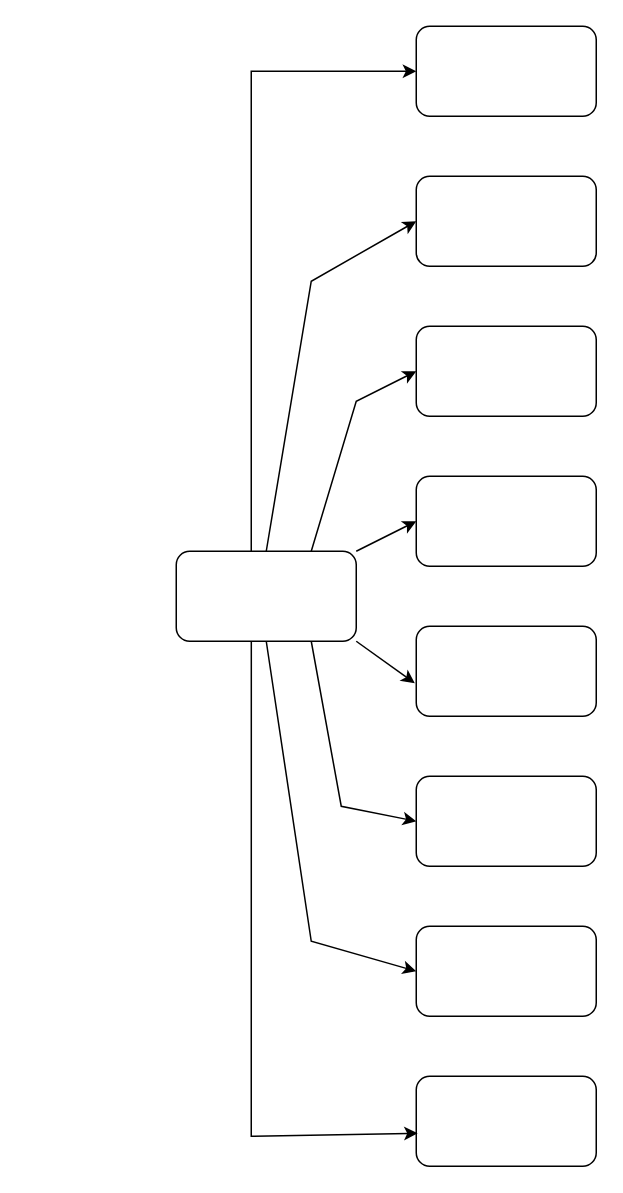
This is software_archetecture.drawio from VoHoAnhTuan/Diagrams, a draw.io file, before an edit. Source tidied: cells renumbered, new cells numbered last; positions are measured from the earlier drawing's top-left corner, leaving out a move shared by most shapes. Both pictures are drawn from the tidied source at 150%, with x=0, y=0 at pixel (176, 26).
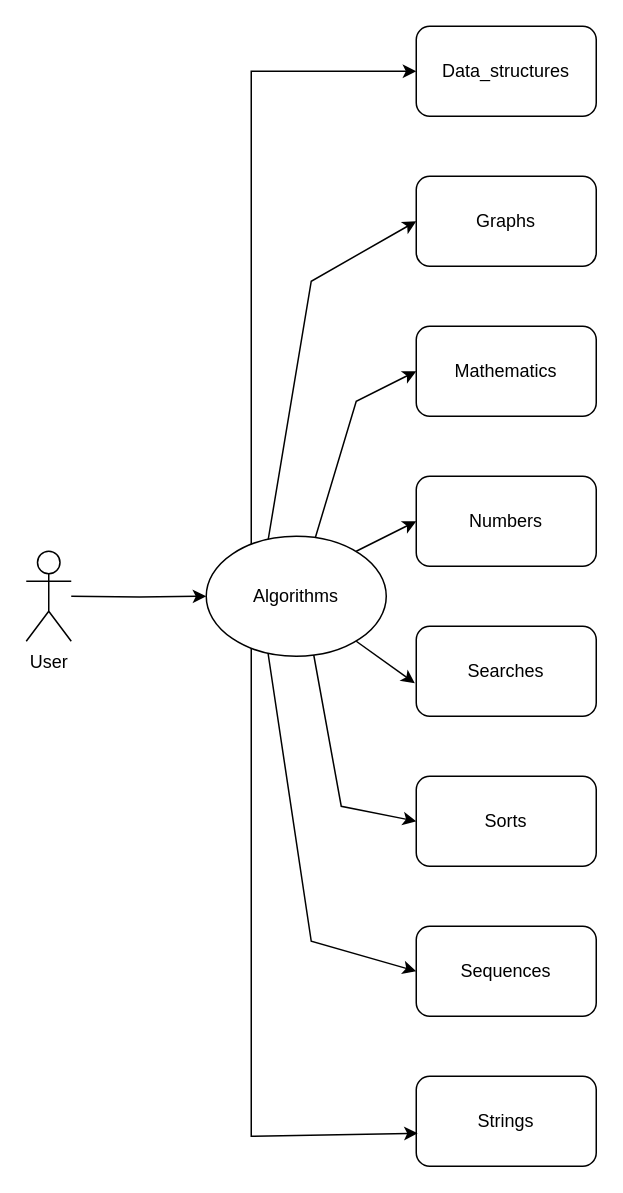
Above is the later version.

Change to the diagram source:
```diff
@@
-    <mxCell id="2" style="rounded=1;whiteSpace=wrap;html=1;" parent="1" vertex="1">
-      <mxGeometry y="350" width="120" height="60" as="geometry" />
-    </mxCell>
-    <mxCell id="3" style="rounded=1;whiteSpace=wrap;html=1;" parent="1" vertex="1">
+    <mxCell id="3" value="Mathematics" style="rounded=1;whiteSpace=wrap;html=1;" parent="1" vertex="1">
       <mxGeometry x="160" y="200" width="120" height="60" as="geometry" />
     </mxCell>
-    <mxCell id="4" style="rounded=1;whiteSpace=wrap;html=1;" parent="1" vertex="1">
+    <mxCell id="4" value="Graphs" style="rounded=1;whiteSpace=wrap;html=1;" parent="1" vertex="1">
       <mxGeometry x="160" y="100" width="120" height="60" as="geometry" />
     </mxCell>
-    <mxCell id="5" style="rounded=1;whiteSpace=wrap;html=1;" parent="1" vertex="1">
+    <mxCell id="5" value="Searches" style="rounded=1;whiteSpace=wrap;html=1;" parent="1" vertex="1">
       <mxGeometry x="160" y="400" width="120" height="60" as="geometry" />
     </mxCell>
-    <mxCell id="6" style="rounded=1;whiteSpace=wrap;html=1;" parent="1" vertex="1">
+    <mxCell id="6" value="Numbers" style="rounded=1;whiteSpace=wrap;html=1;" parent="1" vertex="1">
       <mxGeometry x="160" y="300" width="120" height="60" as="geometry" />
     </mxCell>
-    <mxCell id="7" style="rounded=1;whiteSpace=wrap;html=1;" parent="1" vertex="1">
+    <mxCell id="7" value="Sequences" style="rounded=1;whiteSpace=wrap;html=1;" parent="1" vertex="1">
       <mxGeometry x="160" y="600" width="120" height="60" as="geometry" />
     </mxCell>
-    <mxCell id="8" style="rounded=1;whiteSpace=wrap;html=1;" parent="1" vertex="1">
+    <mxCell id="8" value="Sorts" style="rounded=1;whiteSpace=wrap;html=1;" parent="1" vertex="1">
       <mxGeometry x="160" y="500" width="120" height="60" as="geometry" />
     </mxCell>
-    <mxCell id="9" style="rounded=1;whiteSpace=wrap;html=1;" parent="1" vertex="1">
+    <mxCell id="9" value="Strings" style="rounded=1;whiteSpace=wrap;html=1;" parent="1" vertex="1">
       <mxGeometry x="160" y="700" width="120" height="60" as="geometry" />
     </mxCell>
-    <mxCell id="10" style="rounded=1;whiteSpace=wrap;html=1;" parent="1" vertex="1">
+    <mxCell id="10" value="Data_structures" style="rounded=1;whiteSpace=wrap;html=1;" parent="1" vertex="1">
       <mxGeometry x="160" width="120" height="60" as="geometry" />
     </mxCell>
@@
-    <mxCell id="12" style="endArrow=classic;html=1;rounded=0;exitX=0.417;exitY=1;exitDx=0;exitDy=0;exitPerimeter=0;entryX=0.008;entryY=0.633;entryDx=0;entryDy=0;entryPerimeter=0;" parent="1" edge="1" source="2" target="9">
+    <mxCell id="12" style="endArrow=classic;html=1;rounded=0;exitX=0.417;exitY=1;exitDx=0;exitDy=0;exitPerimeter=0;entryX=0.008;entryY=0.633;entryDx=0;entryDy=0;entryPerimeter=0;" parent="1" edge="1" target="9">
       <mxGeometry relative="1" as="geometry">
+        <mxPoint x="50" y="410" as="sourcePoint" />
         <Array as="points">
           <mxPoint x="50" y="740" />
         </Array>
       </mxGeometry>
     </mxCell>
-    <mxCell id="13" style="endArrow=classic;html=1;rounded=0;exitX=0.5;exitY=0;exitDx=0;exitDy=0;entryX=0;entryY=0.5;entryDx=0;entryDy=0;" parent="1" edge="1" source="2" target="4">
+    <mxCell id="13" style="endArrow=classic;html=1;rounded=0;exitX=0.5;exitY=0;exitDx=0;exitDy=0;entryX=0;entryY=0.5;entryDx=0;entryDy=0;" parent="1" edge="1" target="4">
       <mxGeometry relative="1" as="geometry">
+        <mxPoint x="60" y="350" as="sourcePoint" />
         <Array as="points">
           <mxPoint x="90" y="170" />
         </Array>
       </mxGeometry>
     </mxCell>
-    <mxCell id="14" style="endArrow=classic;html=1;rounded=0;exitX=0.5;exitY=1;exitDx=0;exitDy=0;entryX=0;entryY=0.5;entryDx=0;entryDy=0;" parent="1" edge="1" source="2" target="7">
+    <mxCell id="14" style="endArrow=classic;html=1;rounded=0;exitX=0.5;exitY=1;exitDx=0;exitDy=0;entryX=0;entryY=0.5;entryDx=0;entryDy=0;" parent="1" edge="1" target="7">
       <mxGeometry relative="1" as="geometry">
+        <mxPoint x="60" y="410" as="sourcePoint" />
         <Array as="points">
           <mxPoint x="90" y="610" />
         </Array>
       </mxGeometry>
     </mxCell>
-    <mxCell id="15" style="endArrow=classic;html=1;rounded=0;exitX=0.75;exitY=0;exitDx=0;exitDy=0;entryX=0;entryY=0.5;entryDx=0;entryDy=0;" parent="1" edge="1" source="2" target="3">
+    <mxCell id="15" style="endArrow=classic;html=1;rounded=0;exitX=0.75;exitY=0;exitDx=0;exitDy=0;entryX=0;entryY=0.5;entryDx=0;entryDy=0;" parent="1" edge="1" target="3">
       <mxGeometry relative="1" as="geometry">
+        <mxPoint x="90" y="350" as="sourcePoint" />
         <Array as="points">
           <mxPoint x="120" y="250" />
         </Array>
       </mxGeometry>
     </mxCell>
-    <mxCell id="16" style="endArrow=classic;html=1;rounded=0;exitX=0.75;exitY=1;exitDx=0;exitDy=0;entryX=0;entryY=0.5;entryDx=0;entryDy=0;" parent="1" edge="1" source="2" target="8">
+    <mxCell id="16" style="endArrow=classic;html=1;rounded=0;exitX=0.75;exitY=1;exitDx=0;exitDy=0;entryX=0;entryY=0.5;entryDx=0;entryDy=0;" parent="1" edge="1" target="8">
       <mxGeometry relative="1" as="geometry">
+        <mxPoint x="90" y="410" as="sourcePoint" />
         <Array as="points">
           <mxPoint x="110" y="520" />
         </Array>
       </mxGeometry>
     </mxCell>
-    <mxCell id="17" style="endArrow=classic;html=1;rounded=0;exitX=1;exitY=0;exitDx=0;exitDy=0;entryX=0;entryY=0.5;entryDx=0;entryDy=0;" parent="1" edge="1" source="2" target="6">
-      <mxGeometry relative="1" as="geometry" />
+    <mxCell id="17" style="endArrow=classic;html=1;rounded=0;exitX=1;exitY=0;exitDx=0;exitDy=0;entryX=0;entryY=0.5;entryDx=0;entryDy=0;" parent="1" edge="1" target="6">
+      <mxGeometry relative="1" as="geometry">
+        <mxPoint x="120" y="350" as="sourcePoint" />
+      </mxGeometry>
     </mxCell>
-    <mxCell id="18" style="endArrow=classic;html=1;rounded=0;exitX=1;exitY=1;exitDx=0;exitDy=0;entryX=-0.008;entryY=0.633;entryDx=0;entryDy=0;entryPerimeter=0;" parent="1" edge="1" source="2" target="5">
-      <mxGeometry relative="1" as="geometry" />
+    <mxCell id="18" style="endArrow=classic;html=1;rounded=0;exitX=1;exitY=1;exitDx=0;exitDy=0;entryX=-0.008;entryY=0.633;entryDx=0;entryDy=0;entryPerimeter=0;" parent="1" edge="1" target="5">
+      <mxGeometry relative="1" as="geometry">
+        <mxPoint x="120" y="410" as="sourcePoint" />
+      </mxGeometry>
     </mxCell>
+    <mxCell id="19" style="edgeStyle=orthogonalEdgeStyle;rounded=0;jettySize=auto;html=1;entryX=0;entryY=0.5;entryDx=0;entryDy=0;" parent="1" edge="1" target="20">
+      <mxGeometry relative="1" as="geometry">
+        <mxPoint x="-70" y="380" as="sourcePoint" />
+      </mxGeometry>
+    </mxCell>
+    <mxCell id="20" value="Algorithms" style="ellipse;whiteSpace=wrap;html=1;" parent="1" vertex="1">
+      <mxGeometry x="20" y="340" width="120" height="80" as="geometry" />
+    </mxCell>
+    <mxCell id="21" value="User" style="shape=umlActor;verticalLabelPosition=bottom;verticalAlign=top;html=1;labelPosition=center;align=center;" parent="1" vertex="1">
+      <mxGeometry x="-100" y="350" width="30" height="60" as="geometry" />
+    </mxCell>
```
